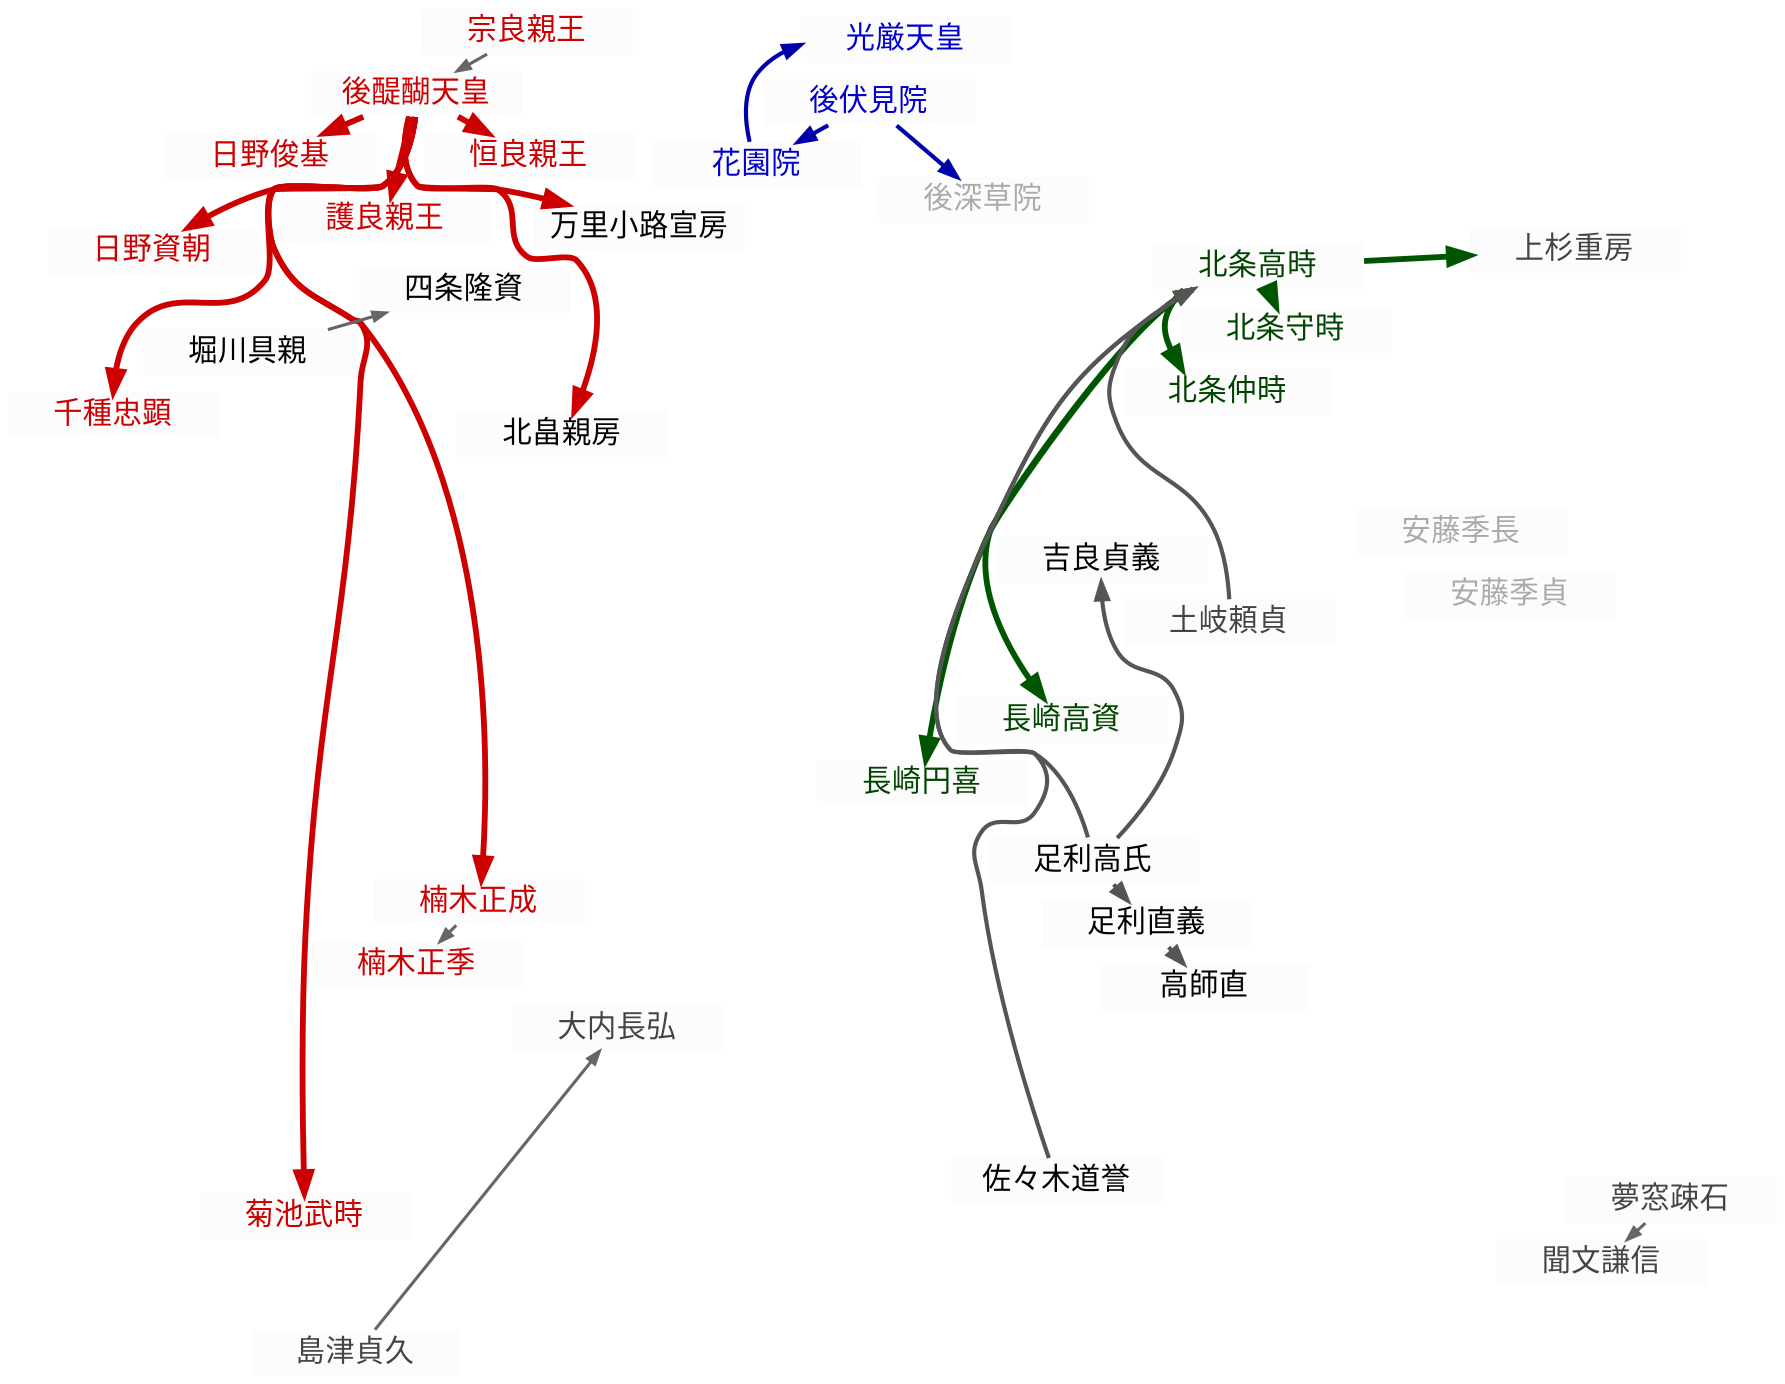
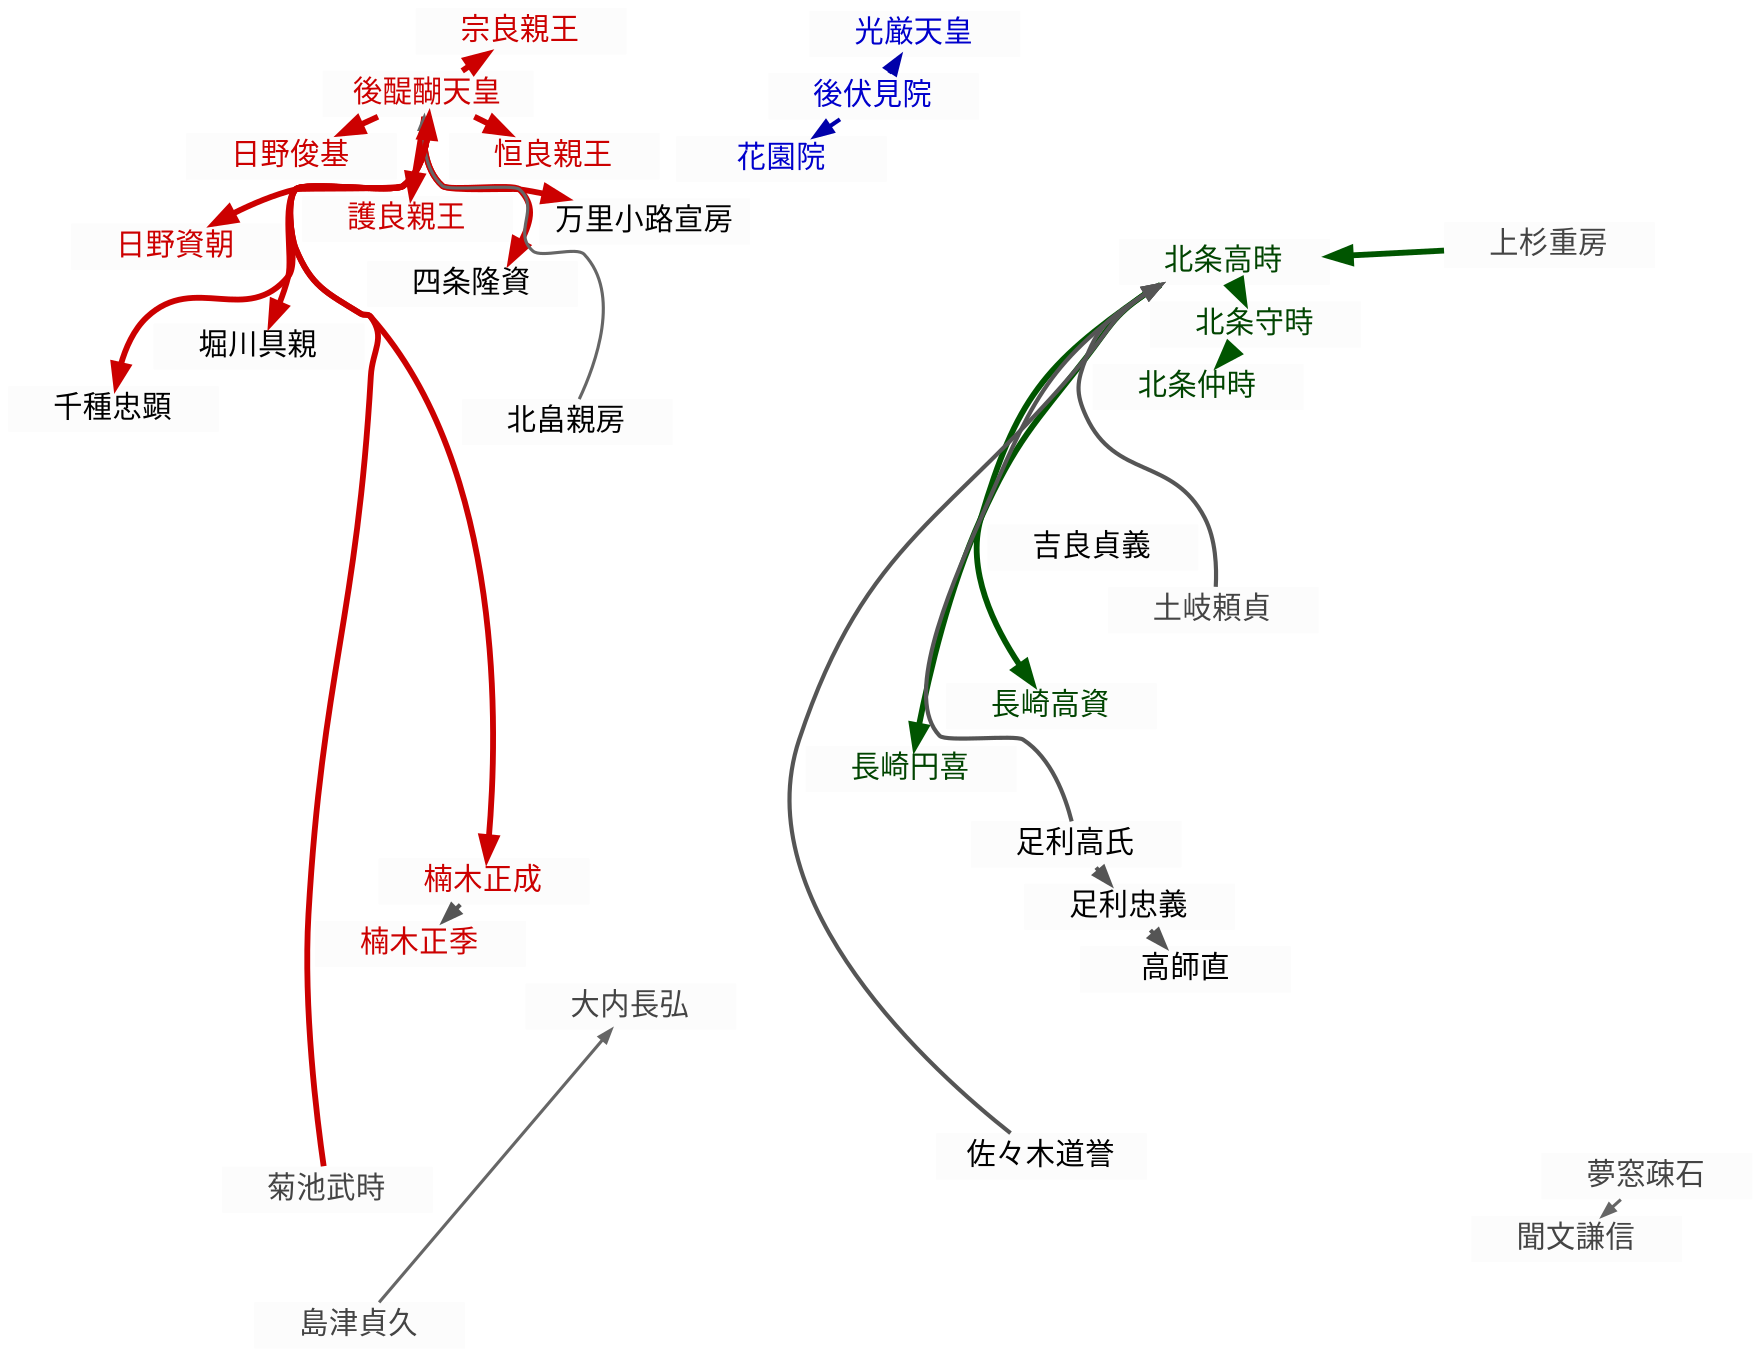
digraph timeline_1331_08 {
    # 1. 全体設定
    graph [
        charset = "UTF-8";
        layout = neato;
        overlap = false;
        sep = "+4";
        bgcolor = "#ffffff";
        splines = true;
    ];

    # 2. ノードデフォルト設定
    node [
        shape = box;
        style = "filled";
        fillcolor = "#fcfcfc";
        color = "#fcfcfc";
        penwidth = 0.1;
        fontname = "sans-serif";
        width = 1.4;
        height = 0.3;
        fixedsize = true;
    ];

    # 3. エッジデフォルト設定
    edge [
        dir = forward;
        arrowhead = normal;
        fontname = "sans-serif";
    ];

    # 4. ノード定義
    godaigo_tenno        [label="後醍醐天皇", pos="-4.82,6.44!", fontcolor="#cc0000", tooltip="大覚寺統。討幕を画策する。", URL="https://ja.wikipedia.org/wiki/後醍醐天皇", target="_blank"];
-     moriyoshi_shinnou    [label="護良親王", pos="-5.08,5.77!", fontcolor="#cc0000", tooltip="後醍醐天皇の皇子。討幕の挙兵。", URL="https://ja.wikipedia.org/wiki/護良親王", target="_blank"];
-     munenaga_shinnou     [label="宗良親王", pos="-4.21,6.89!", fontcolor="#cc0000", tooltip="後醍醐天皇の皇子。", URL="https://ja.wikipedia.org/wiki/宗良親王", target="_blank"];
+     moriyoshi_shinnou    [label="護良親王", pos="-5.08,5.77!", fontcolor="#cc0000", tooltip="後醍醐天皇の皇子。討幕運動を推進。", URL="https://ja.wikipedia.org/wiki/護良親王", target="_blank"];
+     munenaga_shinnou     [label="宗良親王", pos="-4.21,6.89!", fontcolor="#cc0000", tooltip="後醍醐天皇の皇子。討幕運動に関与。", URL="https://ja.wikipedia.org/wiki/宗良親王", target="_blank"];
    tsuneyoshi_shinnou   [label="恒良親王", pos="-4.67,5.92!", fontcolor="#cc0000", tooltip="後醍醐天皇の皇子。", URL="https://ja.wikipedia.org/wiki/恒良親王", target="_blank"];
    hino_suketomo        [label="日野資朝", pos="-5.88,5.62!", fontcolor="#cc0000", tooltip="討幕計画の主要人物。", URL="https://ja.wikipedia.org/wiki/日野資朝", target="_blank"];
    hino_toshimoto       [label="日野俊基", pos="-5.41,5.94!", fontcolor="#cc0000", tooltip="討幕計画の主要人物。", URL="https://ja.wikipedia.org/wiki/日野俊基", target="_blank"];
    madenokoji_nobufusa  [label="万里小路宣房", pos="-4.12,5.21!", fontcolor="#000000", tooltip="後醍醐の側近。", URL="https://ja.wikipedia.org/wiki/万里小路宣房", target="_blank"];
-     kitabatake_chikafusa [label="北畠親房", pos="-3.85,3.62!", fontcolor="#000000", tooltip="後醍醐の側近。公卿。", URL="https://ja.wikipedia.org/wiki/北畠親房", target="_blank"];
-     kusunoki_masashige   [label="楠木正成", pos="-4.85,-1.12!", fontcolor="#cc0000", tooltip="河内の土豪。討幕の挙兵。", URL="https://ja.wikipedia.org/wiki/楠木正成", target="_blank"];
-     kusunoki_masasue     [label="楠木正季", pos="-5.21,-1.48!", fontcolor="#cc0000", tooltip="正成の弟。挙兵に参加。", URL="https://ja.wikipedia.org/wiki/楠木正季", target="_blank"];
    horikawa_tomochika   [label="堀川具親", pos="-5.15,4.85!", fontcolor="#000000", tooltip="公卿。", URL="https://ja.wikipedia.org/wiki/堀川具親", target="_blank"];
-     shijo_takadata       [label="四条隆資", pos="-4.72,4.98!", fontcolor="#000000", tooltip="公卿。", URL="https://ja.wikipedia.org/wiki/四条隆資", target="_blank"];
-     chigusa_tadaaki      [label="千種忠顕", pos="-5.65,4.62!", fontcolor="#cc0000", tooltip="後醍醐の側近。", URL="https://ja.wikipedia.org/wiki/千種忠顕", target="_blank"];
-     kikuchi_taketoki     [label="菊池武時", pos="-6.15,-3.82!", fontcolor="#cc0000", tooltip="九州の有力武士。討幕に呼応。", URL="https://ja.wikipedia.org/wiki/菊池武時", target="_blank"];
- 
+     shijo_takadata       [label="四条隆資", pos="-4.72,4.98!", fontcolor="#000000", tooltip="後醍醐天皇の側近。討幕運動に関与。", URL="https://ja.wikipedia.org/wiki/四条隆資", target="_blank"];
+     chigusa_tadaaki      [label="千種忠顕", pos="-5.65,4.62!", fontcolor="#000000", tooltip="公卿。討幕計画に関与。", URL="https://ja.wikipedia.org/wiki/千種忠顕", target="_blank"];
+     kitabatake_chikafusa [label="北畠親房", pos="-3.85,3.62!", fontcolor="#000000", tooltip="公卿。後醍醐を補佐する。", URL="https://ja.wikipedia.org/wiki/北畠親房", target="_blank"];
+     kusunoki_masashige   [label="楠木正成", pos="-4.85,-1.12!", fontcolor="#cc0000", tooltip="河内の悪党。挙兵する。", URL="https://ja.wikipedia.org/wiki/楠木正成", target="_blank"];
+     kusunoki_masasue     [label="楠木正季", pos="-5.21,-1.48!", fontcolor="#cc0000", tooltip="正成の弟。", URL="https://ja.wikipedia.org/wiki/楠木正季", target="_blank"];
+     kikuchi_taketoki     [label="菊池武時", pos="-6.15,-3.82!", fontcolor="#444444", tooltip="九州の有力武士。討幕に呼応。", URL="https://ja.wikipedia.org/wiki/菊池武時", target="_blank"];
    gofushimi_in         [label="後伏見院", pos="-2.81,6.14!", fontcolor="#0000cc", tooltip="持明院統。幕府の支持を受ける。", URL="https://ja.wikipedia.org/wiki/後伏見天皇", target="_blank"];
    hanazono_in          [label="花園院", pos="-3.24,5.88!", fontcolor="#0000cc", tooltip="持明院統。", URL="https://ja.wikipedia.org/wiki/花園天皇", target="_blank"];
-     kogen_tenno          [label="光厳天皇", pos="-2.45,6.67!", fontcolor="#0000cc", tooltip="持明院統。", URL="https://ja.wikipedia.org/wiki/光厳天皇", target="_blank"];
-     gofukakusa_in        [label="後深草院", pos="-2.11,5.66!", fontcolor="#aaaaaa", tooltip="持明院統。", URL="https://ja.wikipedia.org/wiki/後深草天皇", target="_blank"];
- 
+     kogen_tenno          [label="光厳天皇", pos="-2.45,6.67!", fontcolor="#0000cc", tooltip="持明院統。皇位継承者。", URL="https://ja.wikipedia.org/wiki/光厳天皇", target="_blank"];
    hojo_takatoki        [label="北条高時", pos="2.41,4.89!", fontcolor="#004400", tooltip="鎌倉幕府得宗。", URL="https://ja.wikipedia.org/wiki/北条高時", target="_blank"];
    hojo_moritoki        [label="北条守時", pos="2.65,4.42!", fontcolor="#004400", tooltip="鎌倉幕府執権。", URL="https://ja.wikipedia.org/wiki/北条守時", target="_blank"];
    hojo_nakatoki        [label="北条仲時", pos="2.15,3.88!", fontcolor="#004400", tooltip="六波羅探題北方。", URL="https://ja.wikipedia.org/wiki/北条仲時", target="_blank"];
    nagasaki_takasuke    [label="長崎高資", pos="0.24,0.48!", fontcolor="#004400", tooltip="鎌倉幕府内管領。", URL="https://ja.wikipedia.org/wiki/長崎高資", target="_blank"];
    nagasaki_enki        [label="長崎円喜", pos="-0.12,0.32!", fontcolor="#004400", tooltip="鎌倉幕府内管領。", URL="https://ja.wikipedia.org/wiki/長崎円喜", target="_blank"];
-     uesugi_shigefusa     [label="上杉重房", pos="5.42,5.12!", fontcolor="#444444", tooltip="有力御家人。", URL="https://ja.wikipedia.org/wiki/上杉重房", target="_blank"];
- 
-     ando_suehisa         [label="安藤季長", pos="4.52,2.41!", fontcolor="#aaaaaa", tooltip="安藤氏の乱で敗訴し、幕府から退場。", URL="https://ja.wikipedia.org/wiki/安藤氏_(鎌倉時代)", target="_blank"];
-     ando_suesada         [label="安藤季貞", pos="4.88,1.95!", fontcolor="#aaaaaa", tooltip="安藤氏の乱で敗訴し、幕府から退場。", URL="https://ja.wikipedia.org/wiki/安藤氏_(鎌倉時代)", target="_blank"];
- 
-     ashikaga_takauji     [label="足利高氏", pos="1.15,-0.85!", fontcolor="#000000", tooltip="鎌倉幕府の有力御家人。", URL="https://ja.wikipedia.org/wiki/足利尊氏", target="_blank"];
-     ashikaga_tadayoshi   [label="足利直義", pos="1.48,-1.24!", fontcolor="#000000", tooltip="足利高氏の弟。", URL="https://ja.wikipedia.org/wiki/足利直義", target="_blank"];
-     ko_no_moronao        [label="高師直", pos="1.82,-1.62!", fontcolor="#000000", tooltip="足利氏の執事。", URL="https://ja.wikipedia.org/wiki/高師直", target="_blank"];
-     kira_sadamitsu       [label="吉良貞義", pos="1.12,2.15!", fontcolor="#000000", tooltip="足利一門の有力者。", URL="https://ja.wikipedia.org/wiki/吉良貞義", target="_blank"];
+     uesugi_shigefusa     [label="上杉重房", pos="5.42,5.12!", fontcolor="#444444", tooltip="有力御家人。幕府の重臣。", URL="https://ja.wikipedia.org/wiki/上杉重房", target="_blank"];
+     ashikaga_takauji     [label="足利高氏", pos="1.15,-0.85!", fontcolor="#000000", tooltip="鎌倉幕府の有力御家人。後の尊氏。", URL="https://ja.wikipedia.org/wiki/足利尊氏", target="_blank"];
+     ashikaga_tadayoshi   [label="足利忠義", pos="1.48,-1.24!", fontcolor="#000000", tooltip="高氏の弟。後の直義。", URL="https://ja.wikipedia.org/wiki/足利直義", target="_blank"];
+     ko_no_moronao        [label="高師直", pos="1.82,-1.62!", fontcolor="#000000", tooltip="高氏の家臣。", URL="https://ja.wikipedia.org/wiki/高師直", target="_blank"];
+     kira_sadamitsu       [label="吉良貞義", pos="1.12,2.15!", fontcolor="#000000", tooltip="足利一門。", URL="https://ja.wikipedia.org/wiki/吉良貞義", target="_blank"];
    sasaki_doyo          [label="佐々木道誉", pos="0.68,-3.62!", fontcolor="#000000", tooltip="幕府の有力御家人。", URL="https://ja.wikipedia.org/wiki/佐々木道誉", target="_blank"];
    toki_yorisada        [label="土岐頼貞", pos="2.12,1.65!", fontcolor="#444444", tooltip="有力武士。", URL="https://ja.wikipedia.org/wiki/土岐頼貞", target="_blank"];
    shimazu_sadahisa     [label="島津貞久", pos="-5.72,-5.12!", fontcolor="#444444", tooltip="有力武士。", URL="https://ja.wikipedia.org/wiki/島津貞久", target="_blank"];
    ouchi_nagahiro       [label="大内長弘", pos="-3.45,-2.12!", fontcolor="#444444", tooltip="有力武士。", URL="https://ja.wikipedia.org/wiki/大内長弘", target="_blank"];
    muso_soseki          [label="夢窓疎石", pos="6.45,-3.85!", fontcolor="#444444", tooltip="禅僧。", URL="https://ja.wikipedia.org/wiki/夢窓疎石", target="_blank"];
    monbun_kenshin       [label="聞文謙信", pos="5.82,-4.42!", fontcolor="#444444", tooltip="僧侶。", URL="https://ja.wikipedia.org/wiki/聞文謙信", target="_blank"];

    # 5. エッジ定義
    edge [penwidth=2.8, arrowsize=1.0, color="#cc0000"];
-     godaigo_tenno -> moriyoshi_shinnou [tooltip="討幕の挙兵。"];
-     godaigo_tenno -> tsuneyoshi_shinnou [tooltip="討幕の挙兵。"];
-     godaigo_tenno -> kusunoki_masashige [tooltip="討幕の挙兵。"];
    godaigo_tenno -> hino_suketomo [tooltip="討幕計画の指令。"];
    godaigo_tenno -> hino_toshimoto [tooltip="討幕計画の指令。"];
    godaigo_tenno -> madenokoji_nobufusa [tooltip="後醍醐の側近。"];
-     godaigo_tenno -> kitabatake_chikafusa [tooltip="後醍醐の側近。"];
-     godaigo_tenno -> chigusa_tadaaki [tooltip="後醍醐の側近。"];
-     godaigo_tenno -> kikuchi_taketoki [tooltip="討幕の挙兵。"];
+     godaigo_tenno -> horikawa_tomochika [tooltip="宮方の公卿。"];
+     godaigo_tenno -> shijo_takadata [tooltip="討幕計画に関与。"];
+     godaigo_tenno -> chigusa_tadaaki [tooltip="討幕計画に関与。"];
+     godaigo_tenno -> moriyoshi_shinnou [tooltip="討幕の挙兵を命じる。"];
+     godaigo_tenno -> kusunoki_masashige [tooltip="討幕の挙兵を命じる。"];
+     godaigo_tenno -> tsuneyoshi_shinnou [tooltip="皇子として討幕に関与。"];
+     godaigo_tenno -> munenaga_shinnou [tooltip="皇子として討幕に関与。"];
+     kikuchi_taketoki -> godaigo_tenno [tooltip="討幕の綸旨を受け呼応。"];

    edge [color="#005500"];
-     hojo_takatoki -> hojo_moritoki [tooltip="幕府の支配体制。"];
-     hojo_takatoki -> hojo_nakatoki [tooltip="幕府の支配体制。"];
    hojo_takatoki -> nagasaki_takasuke [tooltip="幕府の支配体制。"];
    hojo_takatoki -> nagasaki_enki [tooltip="幕府の支配体制。"];
-     hojo_takatoki -> uesugi_shigefusa [tooltip="鎌倉幕府の有力御家人。"];
+     hojo_takatoki -> hojo_moritoki [tooltip="幕府体制の維持。"];
+     hojo_moritoki -> hojo_nakatoki [tooltip="六波羅探題への指示。"];
+     uesugi_shigefusa -> hojo_takatoki [tooltip="北条氏を支える重臣。"];

    edge [penwidth=2.0, arrowsize=0.8, color="#555555"];
    ashikaga_takauji -> hojo_takatoki [tooltip="将軍への忠誠。"];
-     ashikaga_takauji -> ashikaga_tadayoshi [tooltip="一門の連携。"];
-     ashikaga_tadayoshi -> ko_no_moronao [tooltip="足利氏の執事。"];
-     ashikaga_takauji -> kira_sadamitsu [tooltip="足利一門の連携。"];
    sasaki_doyo -> hojo_takatoki [tooltip="幕府御家人としての関係。"];
    toki_yorisada -> hojo_takatoki [tooltip="有力武士。"];
+     kusunoki_masashige -> kusunoki_masasue [tooltip="兄弟の協力関係。"];
+     ashikaga_takauji -> ashikaga_tadayoshi [tooltip="兄弟の連携。"];
+     ashikaga_tadayoshi -> ko_no_moronao [tooltip="足利家の家臣団。"];

    edge [color="#0000aa"];
    gofushimi_in -> hanazono_in [tooltip="持明院統の連携。"];
-     hanazono_in -> kogen_tenno [tooltip="持明院統の即位。"];
-     gofushimi_in -> gofukakusa_in [tooltip="持明院統の先祖。"];
+     gofushimi_in -> kogen_tenno [tooltip="皇位継承に関与。"];

    edge [penwidth=1.5, arrowsize=0.6, color="#666666"];
-     kusunoki_masashige -> kusunoki_masasue [tooltip="兄弟の協力。"];
-     munenaga_shinnou -> godaigo_tenno [tooltip="皇子としての連帯。"];
-     horikawa_tomochika -> shijo_takadata [tooltip="宮中の公卿。"];
    muso_soseki -> monbun_kenshin [tooltip="禅僧と僧侶。"];
    shimazu_sadahisa -> ouchi_nagahiro [tooltip="諸国の有力武士。"];
+     kitabatake_chikafusa -> godaigo_tenno [tooltip="後醍醐天皇を補佐。"];
}